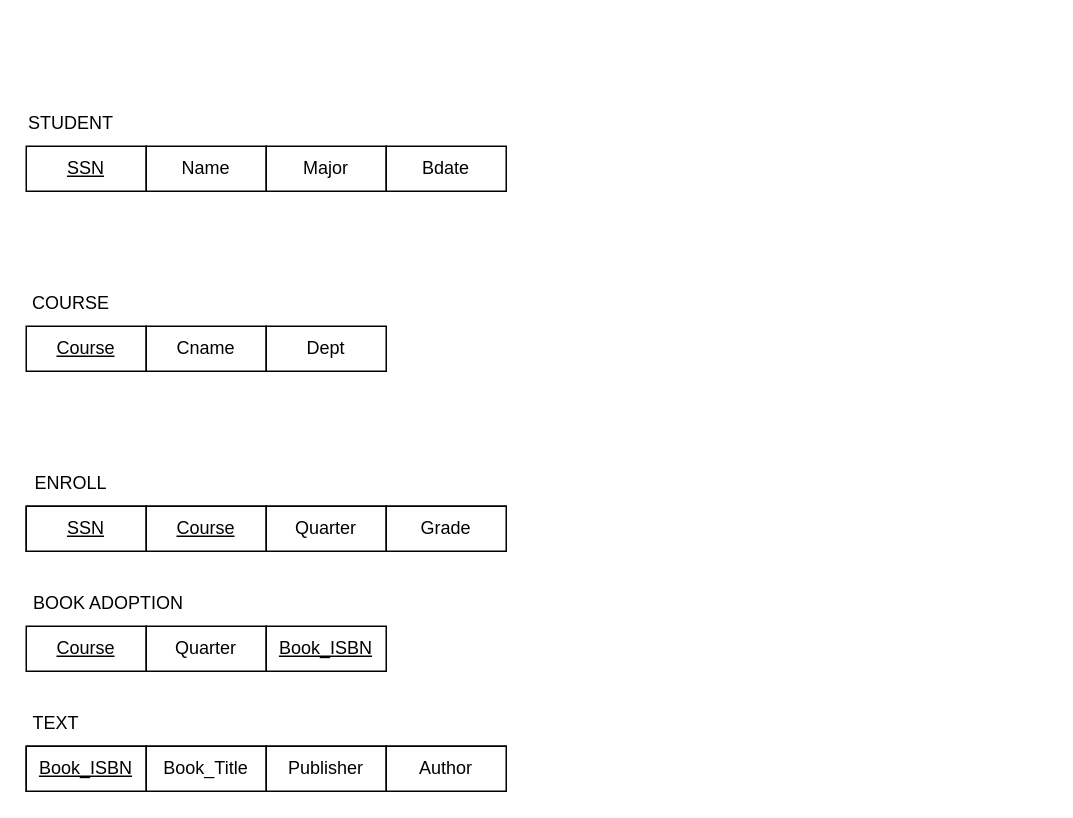
frozenproof/dactaphanmem keeps this draw.io diagram as bai2sql.drawio. Above is the earlier version. Source tidied: cells renumbered, new cells numbered last; positions are measured from the earlier drawing's top-left corner, leaving out a move shared by most shapes. Both pictures are drawn from the tidied source at 150%, with x=0, y=0 at pixel (26, 100).
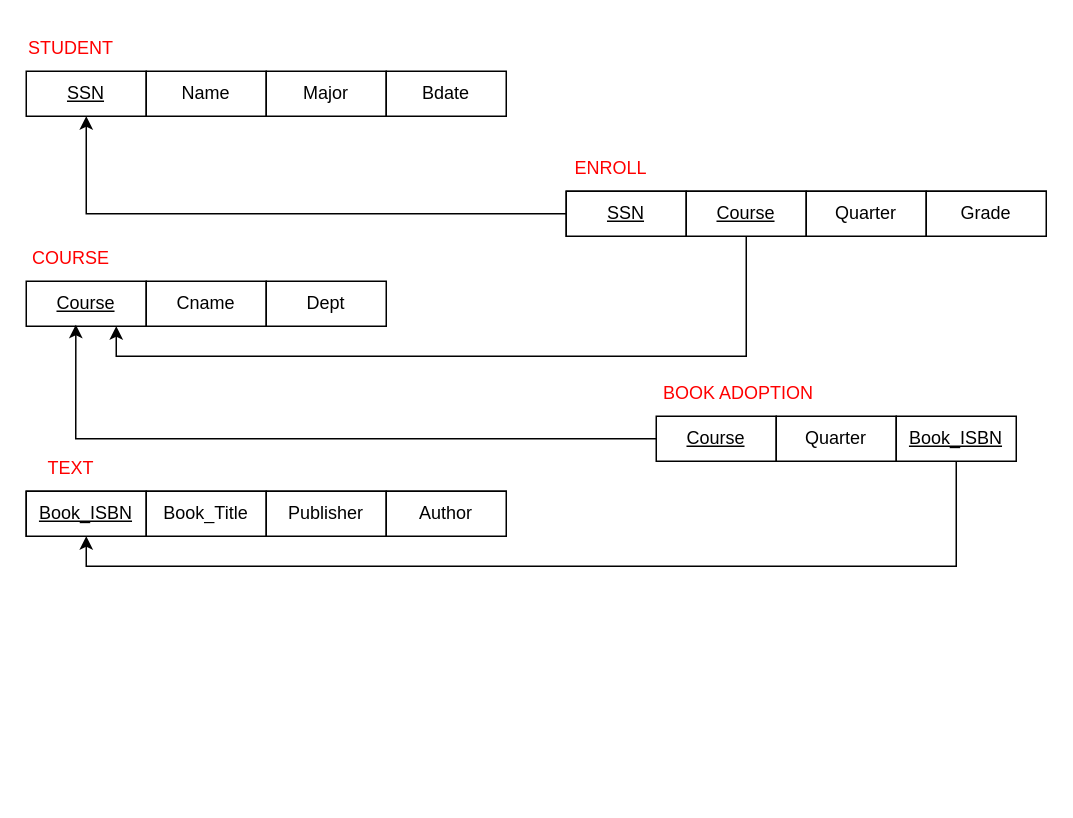
Above is the later version.

Diff of the diagram source:
```diff
@@
-    <mxCell id="2" value="STUDENT" style="text;html=1;strokeColor=none;fillColor=none;align=center;verticalAlign=middle;whiteSpace=wrap;rounded=0;" parent="1" vertex="1">
-      <mxGeometry width="60" height="30" as="geometry" />
+    <mxCell id="2" value="STUDENT" style="text;html=1;strokeColor=none;fillColor=none;align=center;verticalAlign=middle;whiteSpace=wrap;rounded=0;fontColor=#FF0000;" parent="1" vertex="1">
+      <mxGeometry y="-50" width="60" height="30" as="geometry" />
     </mxCell>
     <mxCell id="3" value="SSN" style="rounded=0;whiteSpace=wrap;html=1;fontStyle=4;" parent="1" vertex="1">
-      <mxGeometry y="30" width="80" height="30" as="geometry" />
+      <mxGeometry y="-20" width="80" height="30" as="geometry" />
     </mxCell>
     <mxCell id="4" value="Name" style="rounded=0;whiteSpace=wrap;html=1;" parent="1" vertex="1">
-      <mxGeometry x="80" y="30" width="80" height="30" as="geometry" />
+      <mxGeometry x="80" y="-20" width="80" height="30" as="geometry" />
     </mxCell>
     <mxCell id="5" value="Major" style="rounded=0;whiteSpace=wrap;html=1;" parent="1" vertex="1">
-      <mxGeometry x="160" y="30" width="80" height="30" as="geometry" />
+      <mxGeometry x="160" y="-20" width="80" height="30" as="geometry" />
     </mxCell>
     <mxCell id="6" value="Bdate" style="rounded=0;whiteSpace=wrap;html=1;" parent="1" vertex="1">
-      <mxGeometry x="240" y="30" width="80" height="30" as="geometry" />
+      <mxGeometry x="240" y="-20" width="80" height="30" as="geometry" />
     </mxCell>
-    <mxCell id="7" value="COURSE" style="text;html=1;strokeColor=none;fillColor=none;align=center;verticalAlign=middle;whiteSpace=wrap;rounded=0;" parent="1" vertex="1">
-      <mxGeometry y="120" width="60" height="30" as="geometry" />
+    <mxCell id="7" value="COURSE" style="text;html=1;strokeColor=none;fillColor=none;align=center;verticalAlign=middle;whiteSpace=wrap;rounded=0;fontColor=#FF0000;" parent="1" vertex="1">
+      <mxGeometry y="90" width="60" height="30" as="geometry" />
     </mxCell>
     <mxCell id="8" value="Course" style="rounded=0;whiteSpace=wrap;html=1;fontStyle=4;" parent="1" vertex="1">
-      <mxGeometry y="150" width="80" height="30" as="geometry" />
+      <mxGeometry y="120" width="80" height="30" as="geometry" />
     </mxCell>
     <mxCell id="9" value="Cname" style="rounded=0;whiteSpace=wrap;html=1;" parent="1" vertex="1">
-      <mxGeometry x="80" y="150" width="80" height="30" as="geometry" />
+      <mxGeometry x="80" y="120" width="80" height="30" as="geometry" />
     </mxCell>
     <mxCell id="10" value="Dept" style="rounded=0;whiteSpace=wrap;html=1;" parent="1" vertex="1">
-      <mxGeometry x="160" y="150" width="80" height="30" as="geometry" />
+      <mxGeometry x="160" y="120" width="80" height="30" as="geometry" />
     </mxCell>
     <mxCell id="11" style="rounded=0;whiteSpace=wrap;html=1;" parent="1" vertex="1">
-      <mxGeometry y="270" width="320" height="30" as="geometry" />
+      <mxGeometry x="360" y="60" width="320" height="30" as="geometry" />
     </mxCell>
-    <mxCell id="12" value="ENROLL" style="text;html=1;strokeColor=none;fillColor=none;align=center;verticalAlign=middle;whiteSpace=wrap;rounded=0;" parent="1" vertex="1">
-      <mxGeometry y="240" width="60" height="30" as="geometry" />
+    <mxCell id="12" value="ENROLL" style="text;html=1;strokeColor=none;fillColor=none;align=center;verticalAlign=middle;whiteSpace=wrap;rounded=0;fontColor=#FF0000;" parent="1" vertex="1">
+      <mxGeometry x="360" y="30" width="60" height="30" as="geometry" />
     </mxCell>
+    <mxCell id="27" style="edgeStyle=orthogonalEdgeStyle;rounded=0;jettySize=auto;html=1;entryX=0.5;entryY=1;entryDx=0;entryDy=0;" parent="1" edge="1" source="13" target="3">
+      <mxGeometry relative="1" as="geometry" />
+    </mxCell>
     <mxCell id="13" value="SSN" style="rounded=0;whiteSpace=wrap;html=1;fontStyle=4;" parent="1" vertex="1">
-      <mxGeometry y="270" width="80" height="30" as="geometry" />
+      <mxGeometry x="360" y="60" width="80" height="30" as="geometry" />
     </mxCell>
+    <mxCell id="28" style="edgeStyle=orthogonalEdgeStyle;rounded=0;orthogonalLoop=1;jettySize=auto;html=1;" parent="1" edge="1">
+      <mxGeometry relative="1" as="geometry">
+        <mxPoint x="480" y="80" as="sourcePoint" />
+        <mxPoint x="60" y="150" as="targetPoint" />
+        <Array as="points">
+          <mxPoint x="480" y="170" />
+          <mxPoint x="60" y="170" />
+        </Array>
+      </mxGeometry>
+    </mxCell>
     <mxCell id="14" value="Course" style="rounded=0;whiteSpace=wrap;html=1;fontStyle=4;" parent="1" vertex="1">
-      <mxGeometry x="80" y="270" width="80" height="30" as="geometry" />
+      <mxGeometry x="440" y="60" width="80" height="30" as="geometry" />
     </mxCell>
     <mxCell id="15" value="Quarter" style="rounded=0;whiteSpace=wrap;html=1;" parent="1" vertex="1">
-      <mxGeometry x="160" y="270" width="80" height="30" as="geometry" />
+      <mxGeometry x="520" y="60" width="80" height="30" as="geometry" />
     </mxCell>
     <mxCell id="16" value="Grade" style="rounded=0;whiteSpace=wrap;html=1;" parent="1" vertex="1">
-      <mxGeometry x="240" y="270" width="80" height="30" as="geometry" />
+      <mxGeometry x="600" y="60" width="80" height="30" as="geometry" />
     </mxCell>
-    <mxCell id="17" value="BOOK ADOPTION" style="text;html=1;strokeColor=none;fillColor=none;align=center;verticalAlign=middle;whiteSpace=wrap;rounded=0;" parent="1" vertex="1">
-      <mxGeometry y="320" width="110" height="30" as="geometry" />
+    <mxCell id="17" value="BOOK ADOPTION" style="text;html=1;strokeColor=none;fillColor=none;align=center;verticalAlign=middle;whiteSpace=wrap;rounded=0;fontColor=#FF0000;" parent="1" vertex="1">
+      <mxGeometry x="420" y="180" width="110" height="30" as="geometry" />
     </mxCell>
     <mxCell id="18" value="Course" style="rounded=0;whiteSpace=wrap;html=1;fontStyle=4;" parent="1" vertex="1">
-      <mxGeometry y="350" width="80" height="30" as="geometry" />
+      <mxGeometry x="420" y="210" width="80" height="30" as="geometry" />
     </mxCell>
     <mxCell id="19" value="Quarter" style="rounded=0;whiteSpace=wrap;html=1;" parent="1" vertex="1">
-      <mxGeometry x="80" y="350" width="80" height="30" as="geometry" />
+      <mxGeometry x="500" y="210" width="80" height="30" as="geometry" />
     </mxCell>
+    <mxCell id="29" style="edgeStyle=orthogonalEdgeStyle;rounded=0;jettySize=auto;html=1;entryX=0.5;entryY=1;entryDx=0;entryDy=0;" parent="1" edge="1" source="20" target="23">
+      <mxGeometry relative="1" as="geometry">
+        <Array as="points">
+          <mxPoint x="620" y="310" />
+          <mxPoint x="40" y="310" />
+        </Array>
+      </mxGeometry>
+    </mxCell>
     <mxCell id="20" value="Book_ISBN" style="rounded=0;whiteSpace=wrap;html=1;fontStyle=4;" parent="1" vertex="1">
-      <mxGeometry x="160" y="350" width="80" height="30" as="geometry" />
+      <mxGeometry x="580" y="210" width="80" height="30" as="geometry" />
     </mxCell>
     <mxCell id="21" style="rounded=0;whiteSpace=wrap;html=1;" parent="1" vertex="1">
-      <mxGeometry y="430" width="320" height="30" as="geometry" />
+      <mxGeometry y="260" width="320" height="30" as="geometry" />
     </mxCell>
-    <mxCell id="22" value="TEXT" style="text;html=1;strokeColor=none;fillColor=none;align=center;verticalAlign=middle;whiteSpace=wrap;rounded=0;" parent="1" vertex="1">
-      <mxGeometry y="400" width="40" height="30" as="geometry" />
+    <mxCell id="22" value="TEXT" style="text;html=1;strokeColor=none;fillColor=none;align=center;verticalAlign=middle;whiteSpace=wrap;rounded=0;fontColor=#FF0000;" parent="1" vertex="1">
+      <mxGeometry x="10" y="230" width="40" height="30" as="geometry" />
     </mxCell>
     <mxCell id="23" value="Book_ISBN" style="rounded=0;whiteSpace=wrap;html=1;fontStyle=4;" parent="1" vertex="1">
-      <mxGeometry y="430" width="80" height="30" as="geometry" />
+      <mxGeometry y="260" width="80" height="30" as="geometry" />
     </mxCell>
     <mxCell id="24" value="Book_Title" style="rounded=0;whiteSpace=wrap;html=1;" parent="1" vertex="1">
-      <mxGeometry x="80" y="430" width="80" height="30" as="geometry" />
+      <mxGeometry x="80" y="260" width="80" height="30" as="geometry" />
     </mxCell>
     <mxCell id="25" value="Publisher" style="rounded=0;whiteSpace=wrap;html=1;" parent="1" vertex="1">
-      <mxGeometry x="160" y="430" width="80" height="30" as="geometry" />
+      <mxGeometry x="160" y="260" width="80" height="30" as="geometry" />
     </mxCell>
     <mxCell id="26" value="Author" style="rounded=0;whiteSpace=wrap;html=1;" parent="1" vertex="1">
-      <mxGeometry x="240" y="430" width="80" height="30" as="geometry" />
+      <mxGeometry x="240" y="260" width="80" height="30" as="geometry" />
     </mxCell>
+    <mxCell id="30" style="edgeStyle=orthogonalEdgeStyle;rounded=0;jettySize=auto;html=1;entryX=0.413;entryY=0.967;entryDx=0;entryDy=0;entryPerimeter=0;" parent="1" edge="1" source="18" target="8">
+      <mxGeometry relative="1" as="geometry" />
+    </mxCell>
```
